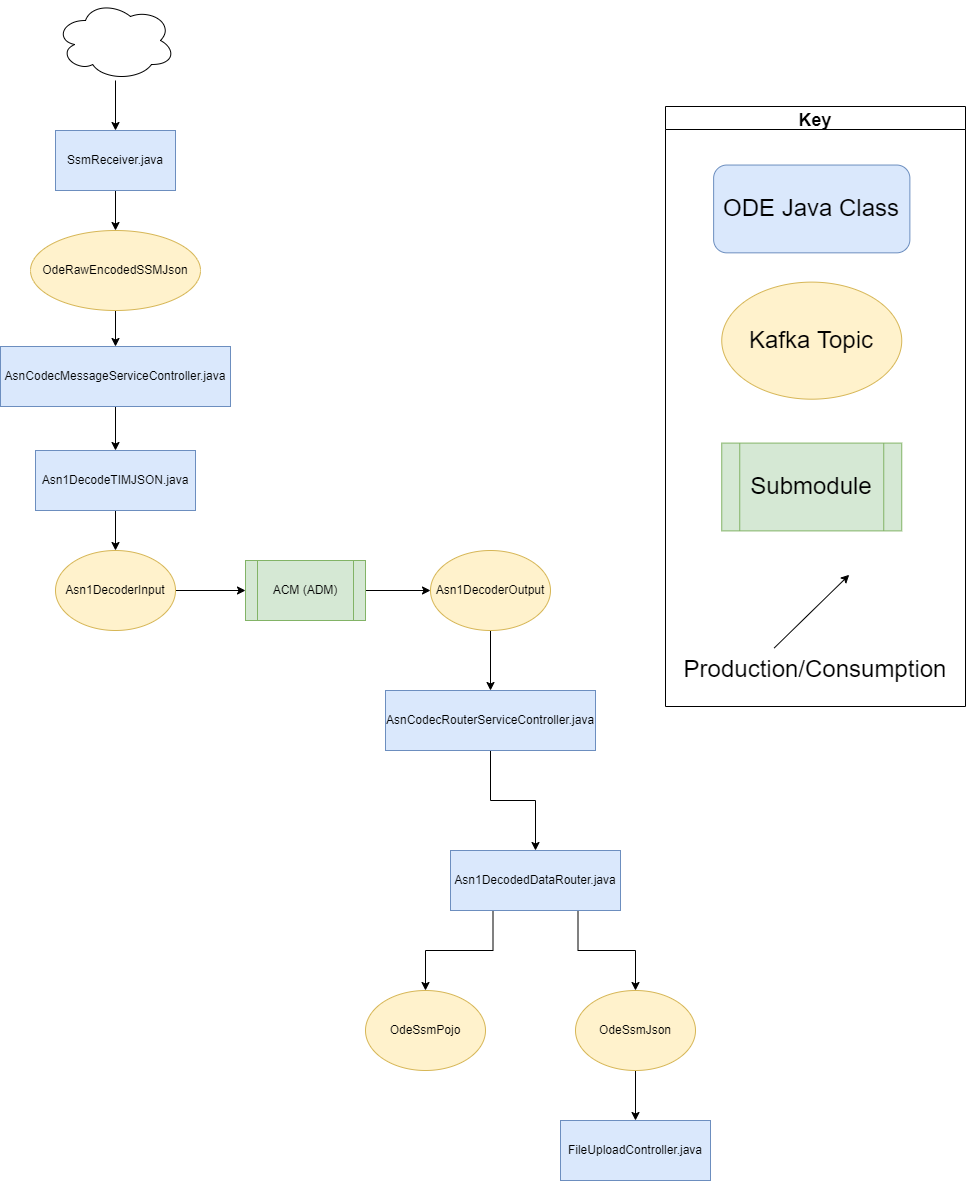
Above: docs/data-flow-diagrams/ssm/SSM Data Flow.drawio.png in usdot-jpo-ode/jpo-ode (draw.io), before the change. Source tidied: cells renumbered, new cells last; positions are measured from the earlier drawing's top-left corner, leaving out a move shared by most shapes.
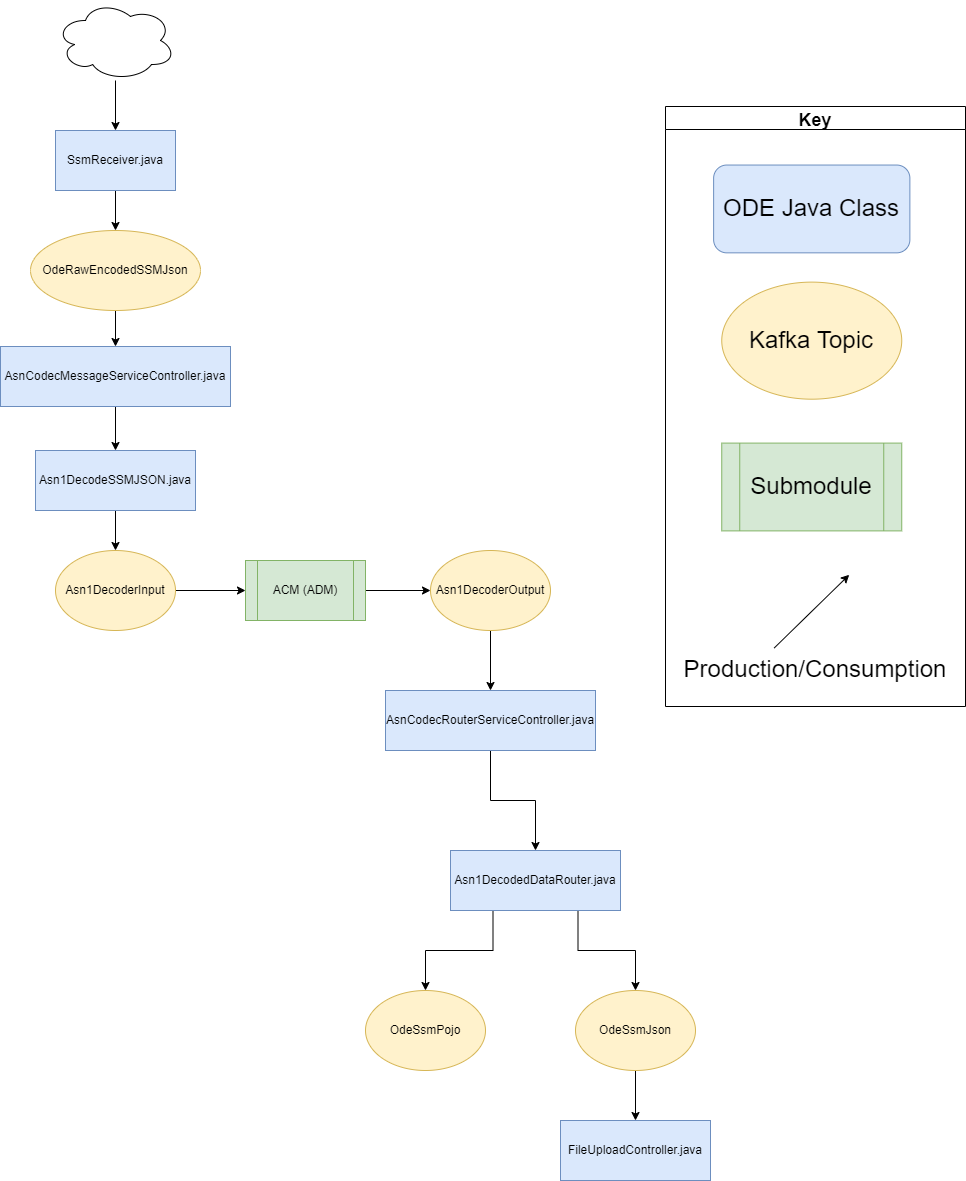
The same diagram one commit later.

Commit message:
Altered SSM Data Flow diagram.

Diff of the diagram source:
```diff
@@ -50,7 +50,7 @@
     <mxCell id="17" style="edgeStyle=orthogonalEdgeStyle;rounded=0;jettySize=auto;html=1;entryX=0.5;entryY=0;entryDx=0;entryDy=0;" parent="1" edge="1" source="18" target="10">
       <mxGeometry relative="1" as="geometry" />
     </mxCell>
-    <mxCell id="18" value="Asn1DecodeTIMJSON.java" style="rounded=0;whiteSpace=wrap;html=1;fillColor=#dae8fc;strokeColor=#6c8ebf;" parent="1" vertex="1">
+    <mxCell id="18" value="Asn1DecodeSSMJSON.java" style="rounded=0;whiteSpace=wrap;html=1;fillColor=#dae8fc;strokeColor=#6c8ebf;" parent="1" vertex="1">
       <mxGeometry x="35" y="450" width="160" height="60" as="geometry" />
     </mxCell>
     <mxCell id="19" style="edgeStyle=orthogonalEdgeStyle;rounded=0;jettySize=auto;html=1;entryX=0.5;entryY=0;entryDx=0;entryDy=0;exitX=0.5;exitY=1;exitDx=0;exitDy=0;" parent="1" edge="1" source="20" target="4">
```
